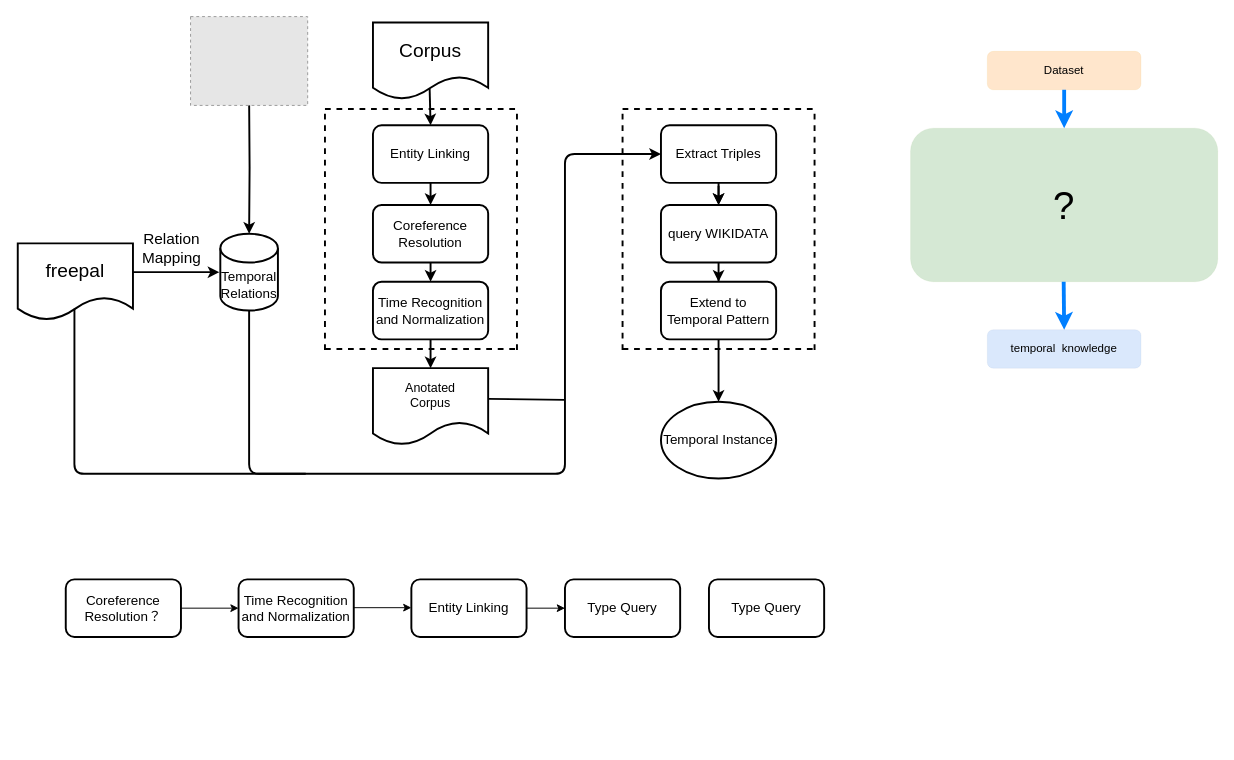
Above: Untitled Diagram.drawio in JianhaoChen-nju/cjh-house (draw.io), before the change. Source tidied: cells renumbered, new cells numbered last; positions are measured from the earlier drawing's top-left corner, leaving out a move shared by most shapes. Both pictures are drawn from the tidied source at 96%, with x=0, y=0 at pixel (17, 16). Pictures stored in the file or linked from it are replaced by grey dashed boxes.
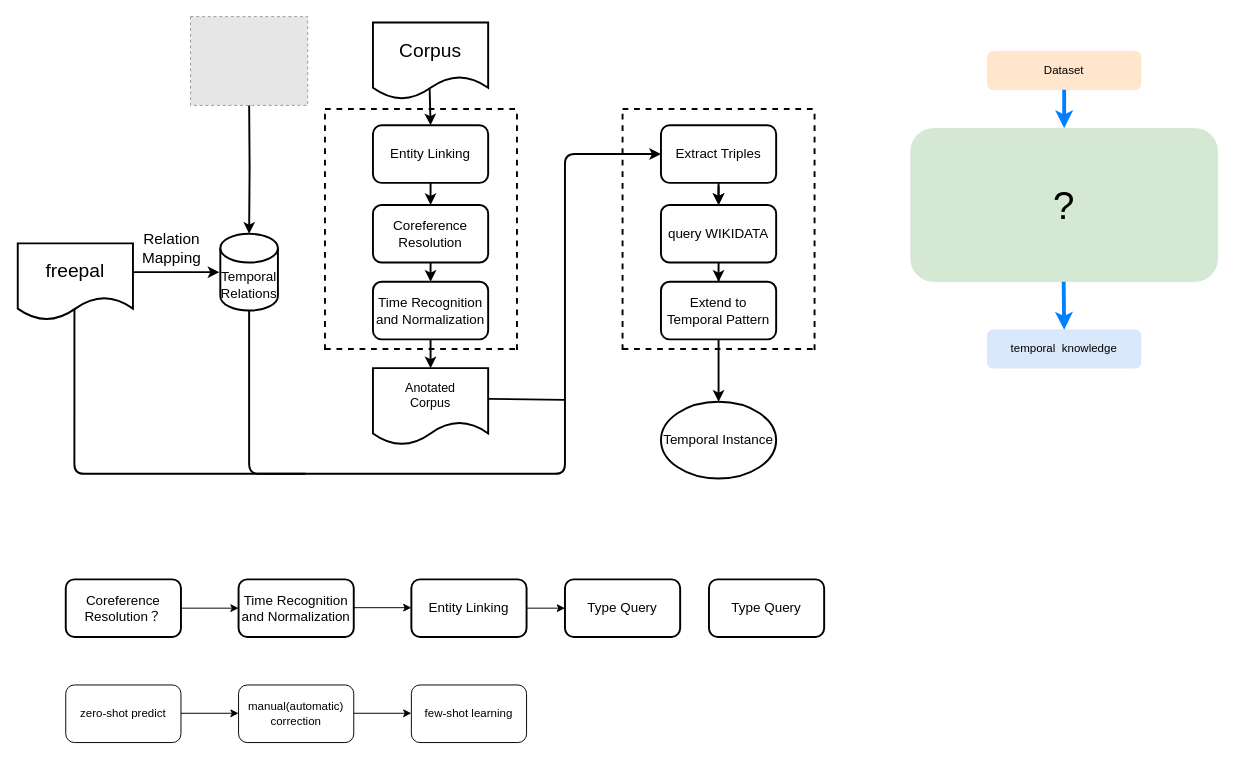
The same page after the edit.

What changed in the source:
```diff
@@
+    <mxCell id="49" value="zero-shot predict" style="rounded=1;whiteSpace=wrap;html=1;" parent="1" vertex="1">
+      <mxGeometry x="50" y="696" width="120" height="60" as="geometry" />
+    </mxCell>
+    <mxCell id="50" value="manual(automatic)&lt;br&gt;correction" style="rounded=1;whiteSpace=wrap;html=1;" parent="1" vertex="1">
+      <mxGeometry x="230" y="696" width="120" height="60" as="geometry" />
+    </mxCell>
+    <mxCell id="51" value="few-shot learning" style="rounded=1;whiteSpace=wrap;html=1;" parent="1" vertex="1">
+      <mxGeometry x="410" y="696" width="120" height="60" as="geometry" />
+    </mxCell>
+    <mxCell id="52" style="edgeStyle=orthogonalEdgeStyle;rounded=0;orthogonalLoop=1;jettySize=auto;html=1;exitX=1;exitY=0.5;exitDx=0;exitDy=0;entryX=0;entryY=0.5;entryDx=0;entryDy=0;" parent="1" edge="1">
+      <mxGeometry relative="1" as="geometry">
+        <mxPoint x="170" y="725.5" as="sourcePoint" />
+        <mxPoint x="230" y="725.5" as="targetPoint" />
+      </mxGeometry>
+    </mxCell>
+    <mxCell id="53" style="edgeStyle=orthogonalEdgeStyle;rounded=0;orthogonalLoop=1;jettySize=auto;html=1;exitX=1;exitY=0.5;exitDx=0;exitDy=0;entryX=0;entryY=0.5;entryDx=0;entryDy=0;" parent="1" edge="1">
+      <mxGeometry relative="1" as="geometry">
+        <mxPoint x="350" y="725.5" as="sourcePoint" />
+        <mxPoint x="410" y="725.5" as="targetPoint" />
+      </mxGeometry>
+    </mxCell>
```
